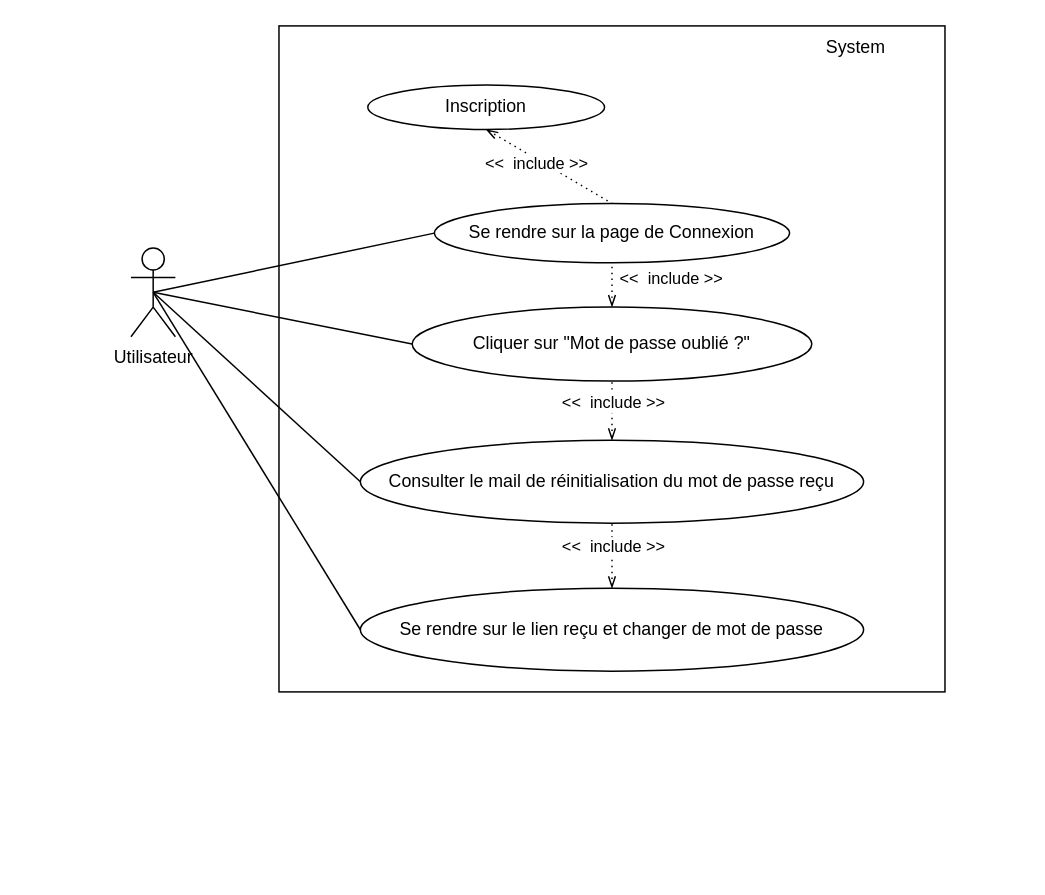
The draw.io diagram use_case_diagrams/3. cu_MDP_oublie/cu_MDP_OUBLIE.drawio in LekishviliRati/P13_Patient_follow-up_diary, before the edit. Source tidied: cells renumbered, new cells numbered last; positions are measured from the earlier drawing's top-left corner, leaving out a move shared by most shapes. Both pictures are drawn from the tidied source at 148%, with x=0, y=0 at pixel (130, 25).
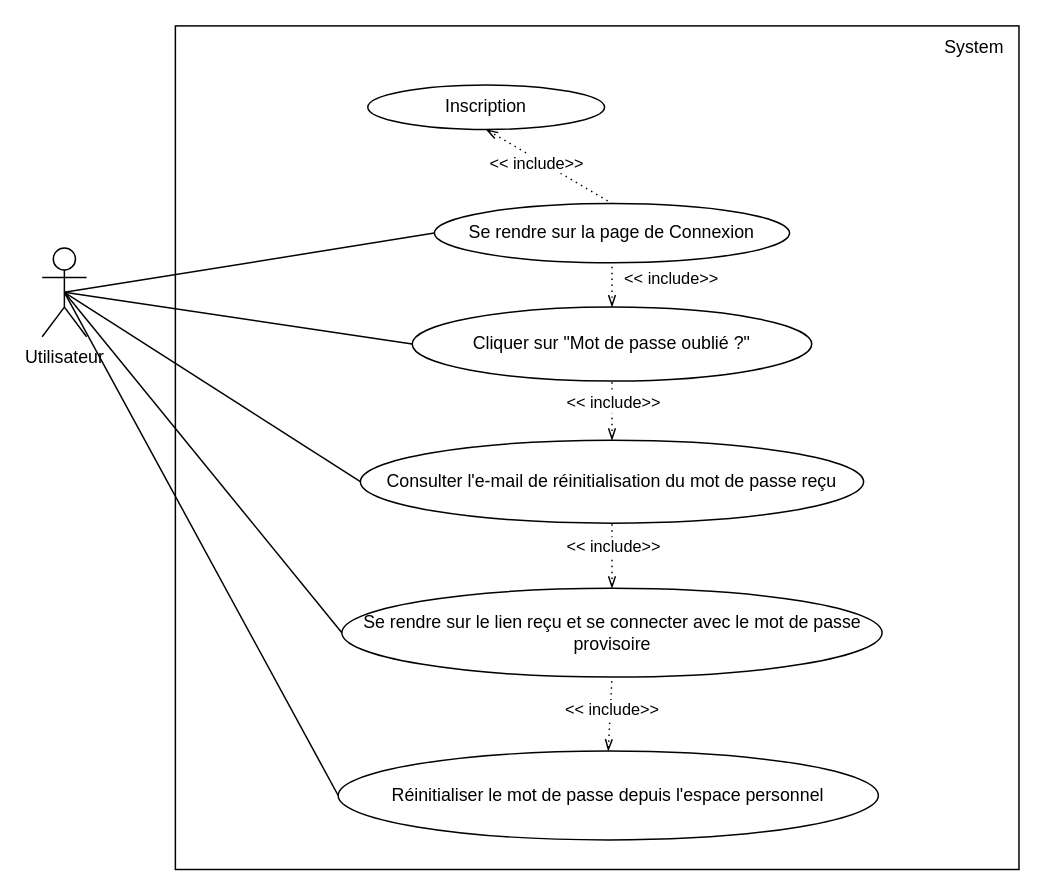
After the change.

The change refers to these unchanged cells:
```xml
<mxCell id="5" style="endArrow=none;dashed=1;html=1;dashPattern=1 3;strokeWidth=1;rounded=0;entryX=0.5;entryY=0;entryDx=0;entryDy=0;startArrow=openThin;startFill=0;targetPerimeterSpacing=0;sourcePerimeterSpacing=0;jumpSize=6;" parent="1" edge="1" target="7">
  <mxGeometry relative="1" as="geometry">
    <mxPoint x="240" y="70" as="sourcePoint" />
  </mxGeometry>
</mxCell>
<mxCell id="12" style="endArrow=none;dashed=1;html=1;dashPattern=1 3;strokeWidth=1;rounded=0;entryX=0.5;entryY=1;entryDx=0;entryDy=0;startArrow=openThin;startFill=0;targetPerimeterSpacing=0;sourcePerimeterSpacing=0;jumpSize=6;exitX=0.5;exitY=0;exitDx=0;exitDy=0;" parent="1" edge="1" source="9" target="7">
  <mxGeometry relative="1" as="geometry" />
</mxCell>
<mxCell id="14" style="endArrow=none;dashed=1;html=1;dashPattern=1 3;strokeWidth=1;rounded=0;entryX=0.5;entryY=1;entryDx=0;entryDy=0;startArrow=openThin;startFill=0;targetPerimeterSpacing=0;sourcePerimeterSpacing=0;jumpSize=6;exitX=0.5;exitY=0;exitDx=0;exitDy=0;" parent="1" edge="1" source="10" target="9">
  <mxGeometry relative="1" as="geometry" />
</mxCell>
<mxCell id="16" style="endArrow=none;dashed=1;html=1;dashPattern=1 3;strokeWidth=1;rounded=0;entryX=0.5;entryY=1;entryDx=0;entryDy=0;startArrow=openThin;startFill=0;targetPerimeterSpacing=0;sourcePerimeterSpacing=0;jumpSize=6;exitX=0.5;exitY=0;exitDx=0;exitDy=0;" parent="1" edge="1" source="11" target="10">
  <mxGeometry relative="1" as="geometry" />
</mxCell>
```

Change to the diagram source:
```diff
@@
     <mxCell id="2" style="whiteSpace=wrap;html=1;" parent="1" vertex="1">
-      <mxGeometry x="100" width="450" height="450" as="geometry" />
+      <mxGeometry x="30" width="570" height="570" as="geometry" />
     </mxCell>
     <mxCell id="3" value="System" style="text;html=1;strokeColor=none;fillColor=none;align=center;verticalAlign=middle;whiteSpace=wrap;rounded=0;" parent="1" vertex="1">
-      <mxGeometry x="460" width="60" height="30" as="geometry" />
+      <mxGeometry x="540" width="60" height="30" as="geometry" />
     </mxCell>
     <mxCell id="4" value="Utilisateur" style="shape=umlActor;verticalLabelPosition=bottom;verticalAlign=top;html=1;outlineConnect=0;" parent="1" vertex="1">
-      <mxGeometry y="150" width="30" height="60" as="geometry" />
+      <mxGeometry x="-60" y="150" width="30" height="60" as="geometry" />
     </mxCell>
@@
-    <mxCell id="6" value="&amp;lt;&amp;lt;&amp;nbsp; include &amp;gt;&amp;gt;" style="edgeLabel;html=1;align=center;verticalAlign=middle;" parent="5" vertex="1">
+    <mxCell id="6" value="&amp;lt;&amp;lt; include&amp;gt;&amp;gt;" style="edgeLabel;html=1;align=center;verticalAlign=middle;" parent="5" vertex="1">
       <mxGeometry x="0.56" y="2" relative="1" as="geometry">
         <mxPoint x="-34" y="-15" as="offset" />
       </mxGeometry>
     </mxCell>
@@
-    <mxCell id="10" value="Consulter le mail de réinitialisation du mot de passe reçu" style="ellipse;whiteSpace=wrap;html=1;" parent="1" vertex="1">
+    <mxCell id="10" value="Consulter l'e-mail de réinitialisation du mot de passe reçu" style="ellipse;whiteSpace=wrap;html=1;" parent="1" vertex="1">
       <mxGeometry x="155" y="280" width="340" height="56" as="geometry" />
     </mxCell>
-    <mxCell id="11" value="Se rendre sur le lien reçu et changer de mot de passe" style="ellipse;whiteSpace=wrap;html=1;" parent="1" vertex="1">
-      <mxGeometry x="155" y="380" width="340" height="56" as="geometry" />
+    <mxCell id="11" value="Se rendre sur le lien reçu et se connecter avec le mot de passe provisoire" style="ellipse;whiteSpace=wrap;html=1;" parent="1" vertex="1">
+      <mxGeometry x="142.5" y="380" width="365" height="60" as="geometry" />
     </mxCell>
@@
-    <mxCell id="13" value="&amp;lt;&amp;lt;&amp;nbsp; include &amp;gt;&amp;gt;" style="edgeLabel;html=1;align=center;verticalAlign=middle;" parent="12" vertex="1">
+    <mxCell id="13" value="&amp;lt;&amp;lt; include&amp;gt;&amp;gt;" style="edgeLabel;html=1;align=center;verticalAlign=middle;" parent="12" vertex="1">
       <mxGeometry x="0.56" y="2" relative="1" as="geometry">
         <mxPoint x="41" y="3" as="offset" />
       </mxGeometry>
     </mxCell>
@@
-    <mxCell id="15" value="&amp;lt;&amp;lt;&amp;nbsp; include &amp;gt;&amp;gt;" style="edgeLabel;html=1;align=center;verticalAlign=middle;" parent="14" vertex="1">
+    <mxCell id="15" value="&amp;lt;&amp;lt; include&amp;gt;&amp;gt;" style="edgeLabel;html=1;align=center;verticalAlign=middle;" parent="14" vertex="1">
       <mxGeometry x="0.56" y="2" relative="1" as="geometry">
         <mxPoint x="2" y="5" as="offset" />
       </mxGeometry>
     </mxCell>
@@
-    <mxCell id="17" value="&amp;lt;&amp;lt;&amp;nbsp; include &amp;gt;&amp;gt;" style="edgeLabel;html=1;align=center;verticalAlign=middle;" parent="16" vertex="1">
+    <mxCell id="17" value="&amp;lt;&amp;lt; include&amp;gt;&amp;gt;" style="edgeLabel;html=1;align=center;verticalAlign=middle;" parent="16" vertex="1">
       <mxGeometry x="0.56" y="2" relative="1" as="geometry">
         <mxPoint x="2" y="5" as="offset" />
       </mxGeometry>
     </mxCell>
@@
+    <mxCell id="22" value="Réinitialiser le mot de passe depuis l'espace personnel" style="ellipse;whiteSpace=wrap;html=1;" parent="1" vertex="1">
+      <mxGeometry x="140" y="490" width="365" height="60" as="geometry" />
+    </mxCell>
+    <mxCell id="23" style="endArrow=none;dashed=1;html=1;dashPattern=1 3;strokeWidth=1;rounded=0;entryX=0.5;entryY=1;entryDx=0;entryDy=0;startArrow=openThin;startFill=0;targetPerimeterSpacing=0;sourcePerimeterSpacing=0;jumpSize=6;exitX=0.5;exitY=0;exitDx=0;exitDy=0;" parent="1" edge="1" source="22" target="11">
+      <mxGeometry relative="1" as="geometry" />
+    </mxCell>
+    <mxCell id="24" value="&amp;lt;&amp;lt; include&amp;gt;&amp;gt;" style="edgeLabel;html=1;align=center;verticalAlign=middle;" parent="23" vertex="1">
+      <mxGeometry x="0.56" y="2" relative="1" as="geometry">
+        <mxPoint x="2" y="11" as="offset" />
+      </mxGeometry>
+    </mxCell>
+    <mxCell id="25" style="endArrow=none;html=1;rounded=0;exitX=0.5;exitY=0.5;exitDx=0;exitDy=0;exitPerimeter=0;entryX=0;entryY=0.5;entryDx=0;entryDy=0;" parent="1" edge="1" source="4" target="22">
+      <mxGeometry relative="1" as="geometry" />
+    </mxCell>
```
